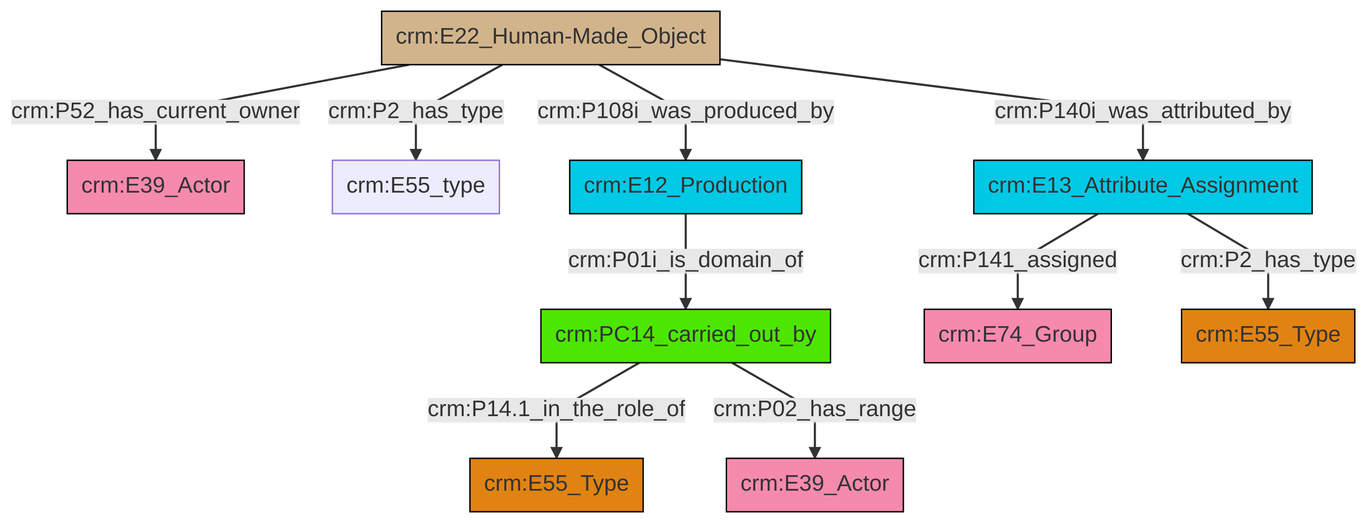
Above: et/builtWorkCSV/ttl/mmd/png/Built_Work_actor_relations.png in swiss-art-research-net/reference-data-models (Mermaid), before the change. Its source is kept beside it as et/builtWorkCSV/ttl/mmd/Built_Work_actor_relations.ttl.mmd.
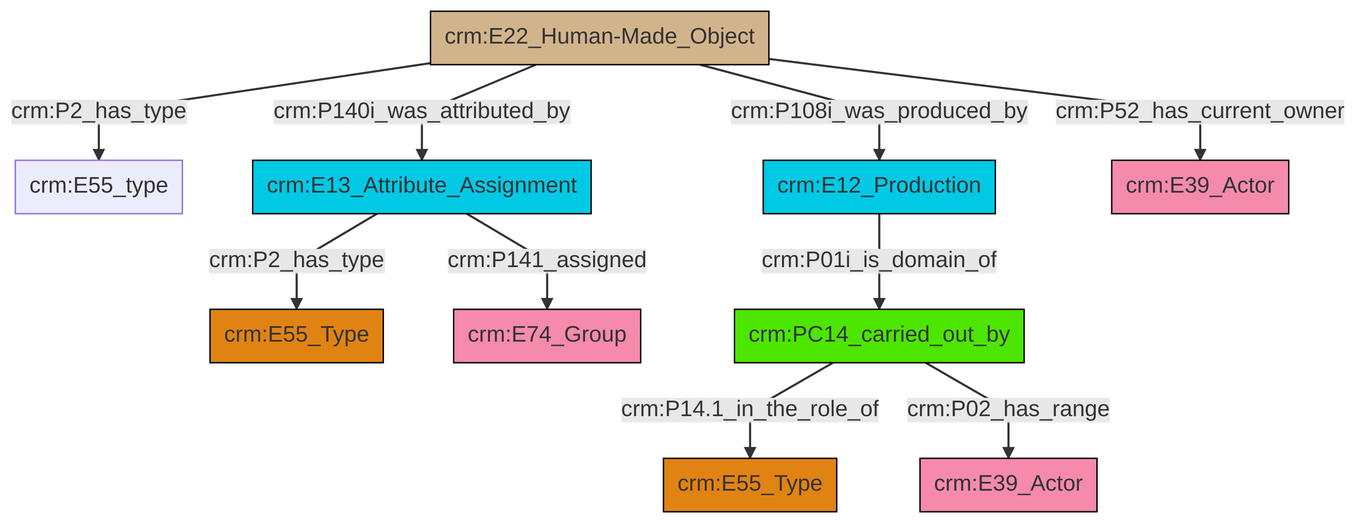
The same file after the commit.

Change to the diagram source:
```diff
@@ -13,12 +13,12 @@
 classDef PC_Classes fill:#4ce600, stroke:#000000;
 classDef Multi fill:#cccccc,stroke:#000000;
 
-6["crm:E22_Human-Made_Object"]:::Physical_Thing -->|crm:P2_has_type| 7["crm:E55_type"]:::Default
-8["crm:PC14_carried_out_by"]:::PC_Classes -->|crm:P14.1_in_the_role_of| 0["crm:E55_Type"]:::Type
-6["crm:E22_Human-Made_Object"]:::Physical_Thing -->|crm:P140i_was_attributed_by| 11["crm:E13_Attribute_Assignment"]:::Temporal_Entity
-6["crm:E22_Human-Made_Object"]:::Physical_Thing -->|crm:P108i_was_produced_by| 13["crm:E12_Production"]:::Temporal_Entity
-11["crm:E13_Attribute_Assignment"]:::Temporal_Entity -->|crm:P2_has_type| 16["crm:E55_Type"]:::Type
-11["crm:E13_Attribute_Assignment"]:::Temporal_Entity -->|crm:P141_assigned| 9["crm:E74_Group"]:::Actor
-13["crm:E12_Production"]:::Temporal_Entity -->|crm:P01i_is_domain_of| 8["crm:PC14_carried_out_by"]:::PC_Classes
-6["crm:E22_Human-Made_Object"]:::Physical_Thing -->|crm:P52_has_current_owner| 4["crm:E39_Actor"]:::Actor
-8["crm:PC14_carried_out_by"]:::PC_Classes -->|crm:P02_has_range| 2["crm:E39_Actor"]:::Actor
+0["crm:E22_Human-Made_Object"]:::Physical_Thing -->|crm:P2_has_type| 1["crm:E55_type"]:::Default
+2["crm:E13_Attribute_Assignment"]:::Temporal_Entity -->|crm:P2_has_type| 4["crm:E55_Type"]:::Type
+0["crm:E22_Human-Made_Object"]:::Physical_Thing -->|crm:P140i_was_attributed_by| 2["crm:E13_Attribute_Assignment"]:::Temporal_Entity
+2["crm:E13_Attribute_Assignment"]:::Temporal_Entity -->|crm:P141_assigned| 13["crm:E74_Group"]:::Actor
+15["crm:E12_Production"]:::Temporal_Entity -->|crm:P01i_is_domain_of| 5["crm:PC14_carried_out_by"]:::PC_Classes
+5["crm:PC14_carried_out_by"]:::PC_Classes -->|crm:P14.1_in_the_role_of| 7["crm:E55_Type"]:::Type
+0["crm:E22_Human-Made_Object"]:::Physical_Thing -->|crm:P108i_was_produced_by| 15["crm:E12_Production"]:::Temporal_Entity
+0["crm:E22_Human-Made_Object"]:::Physical_Thing -->|crm:P52_has_current_owner| 18["crm:E39_Actor"]:::Actor
+5["crm:PC14_carried_out_by"]:::PC_Classes -->|crm:P02_has_range| 9["crm:E39_Actor"]:::Actor
```
